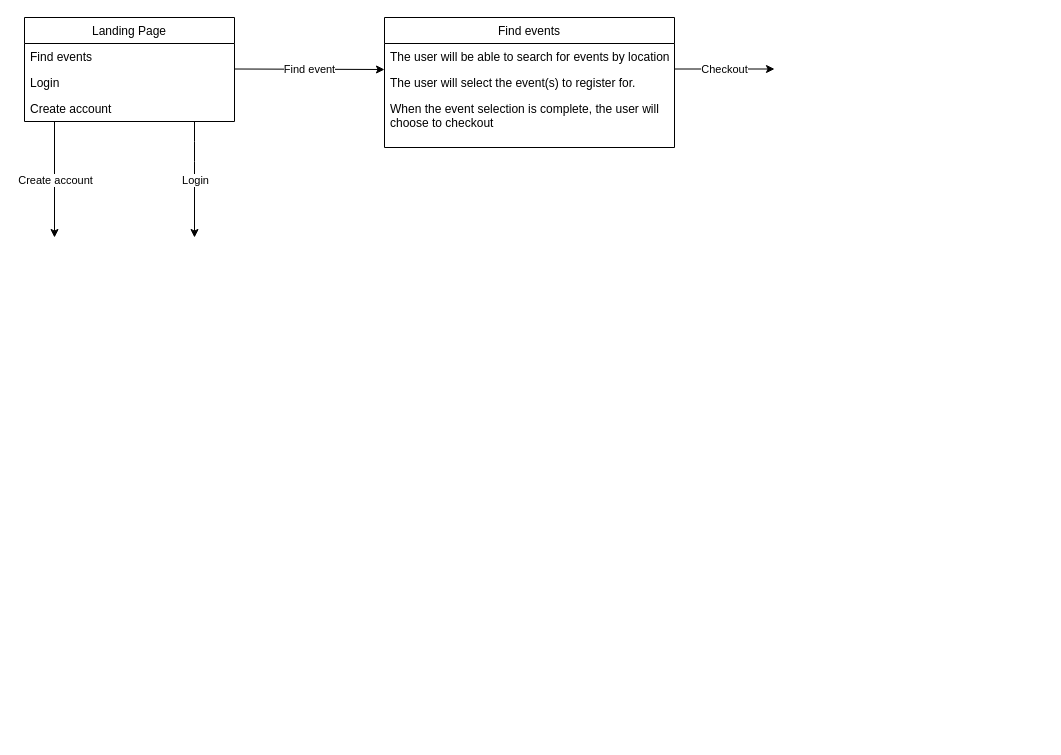
Earlier version of the draw.io diagram Untitled Diagram.drawio (endepointe/EP_EventBookings). Source tidied: cells renumbered, new cells numbered last; positions are measured from the earlier drawing's top-left corner, leaving out a move shared by most shapes. Both pictures are drawn from the tidied source at 100%, with x=0, y=0 at pixel (24, 17).
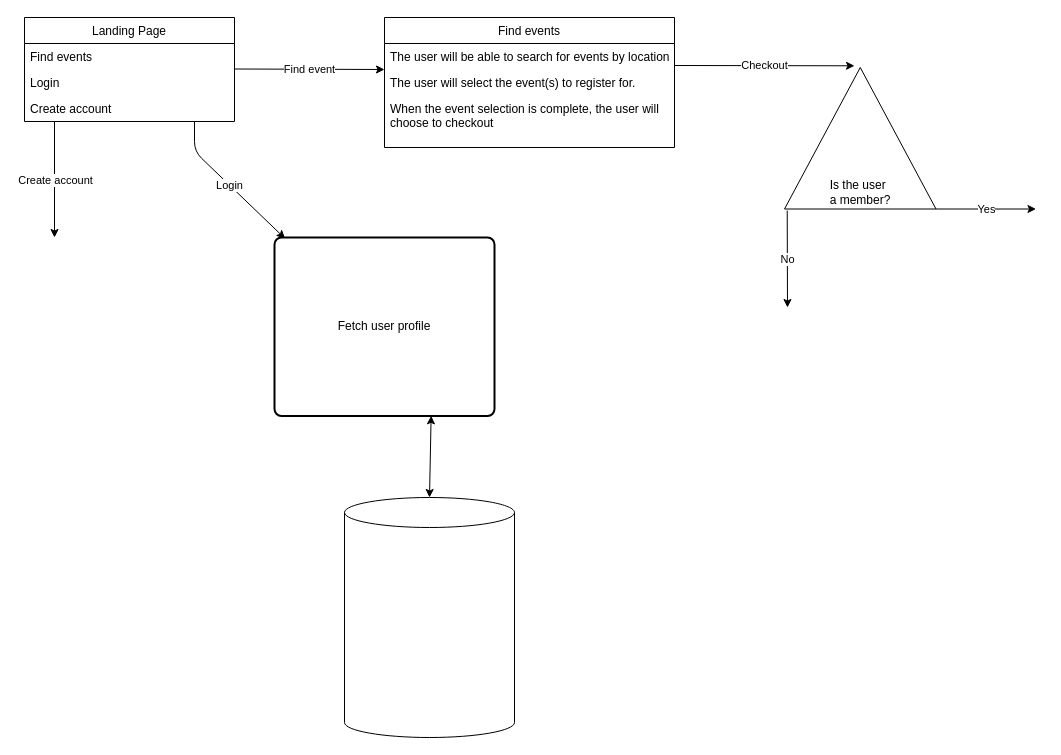
Above is the later version.

What changed in the source:
```diff
@@
-    <mxCell id="6" style="endArrow=classic;html=1;" parent="1" edge="1">
+    <mxCell id="6" style="endArrow=classic;html=1;entryX=0.048;entryY=0.006;entryDx=0;entryDy=0;entryPerimeter=0;" parent="1" edge="1" target="21">
       <mxGeometry relative="1" as="geometry">
         <mxPoint x="170" y="104" as="sourcePoint" />
-        <mxPoint x="170" y="220" as="targetPoint" />
         <Array as="points">
           <mxPoint x="170" y="134" />
         </Array>
       </mxGeometry>
     </mxCell>
@@
-    <mxCell id="15" value="Checkout" style="endArrow=classic;html=1;" parent="1" edge="1">
+    <mxCell id="15" value="Checkout" style="endArrow=classic;html=1;entryX=1.012;entryY=0.462;entryDx=0;entryDy=0;entryPerimeter=0;" parent="1" edge="1" target="16">
       <mxGeometry relative="1" as="geometry">
-        <mxPoint x="650" y="51.5" as="sourcePoint" />
-        <mxPoint x="750" y="51.5" as="targetPoint" />
+        <mxPoint x="650" y="48" as="sourcePoint" />
       </mxGeometry>
     </mxCell>
+    <mxCell id="16" value="&lt;div style=&quot;text-align: justify&quot;&gt;&lt;span&gt;I&lt;/span&gt;&lt;span&gt;s the user&lt;/span&gt;&lt;br&gt;&lt;/div&gt;&lt;div style=&quot;text-align: justify&quot;&gt;a member?&lt;/div&gt;&lt;div style=&quot;text-align: justify&quot;&gt;&lt;/div&gt;" style="triangle;whiteSpace=wrap;html=1;direction=north;verticalAlign=bottom;" parent="1" vertex="1">
+      <mxGeometry x="760" y="50" width="151.5" height="141.5" as="geometry" />
+    </mxCell>
+    <mxCell id="17" style="endArrow=classic;html=1;exitX=-0.011;exitY=0.018;exitDx=0;exitDy=0;exitPerimeter=0;" parent="1" edge="1" source="16">
+      <mxGeometry relative="1" as="geometry">
+        <mxPoint x="763" y="290" as="targetPoint" />
+      </mxGeometry>
+    </mxCell>
+    <mxCell id="18" value="No" style="edgeLabel;html=1;align=center;verticalAlign=middle;" parent="17" vertex="1">
+      <mxGeometry relative="1" as="geometry" />
+    </mxCell>
+    <mxCell id="19" value="Yes" style="endArrow=classic;html=1;" parent="1" edge="1">
+      <mxGeometry relative="1" as="geometry">
+        <mxPoint x="911.5" y="191.5" as="sourcePoint" />
+        <mxPoint x="1011.5" y="191.5" as="targetPoint" />
+      </mxGeometry>
+    </mxCell>
+    <mxCell id="20" style="shape=cylinder3;whiteSpace=wrap;html=1;boundedLbl=1;backgroundOutline=1;size=15;" parent="1" vertex="1">
+      <mxGeometry x="320" y="480" width="170" height="240" as="geometry" />
+    </mxCell>
+    <mxCell id="21" value="Fetch user profile" style="rounded=1;whiteSpace=wrap;html=1;absoluteArcSize=1;arcSize=14;strokeWidth=2;" parent="1" vertex="1">
+      <mxGeometry x="250" y="220" width="220" height="178.5" as="geometry" />
+    </mxCell>
+    <mxCell id="22" style="endArrow=classic;startArrow=classic;html=1;exitX=0.712;exitY=0.999;exitDx=0;exitDy=0;exitPerimeter=0;entryX=0.5;entryY=0;entryDx=0;entryDy=0;entryPerimeter=0;" parent="1" edge="1" source="21" target="20">
+      <mxGeometry relative="1" as="geometry" />
+    </mxCell>
```
